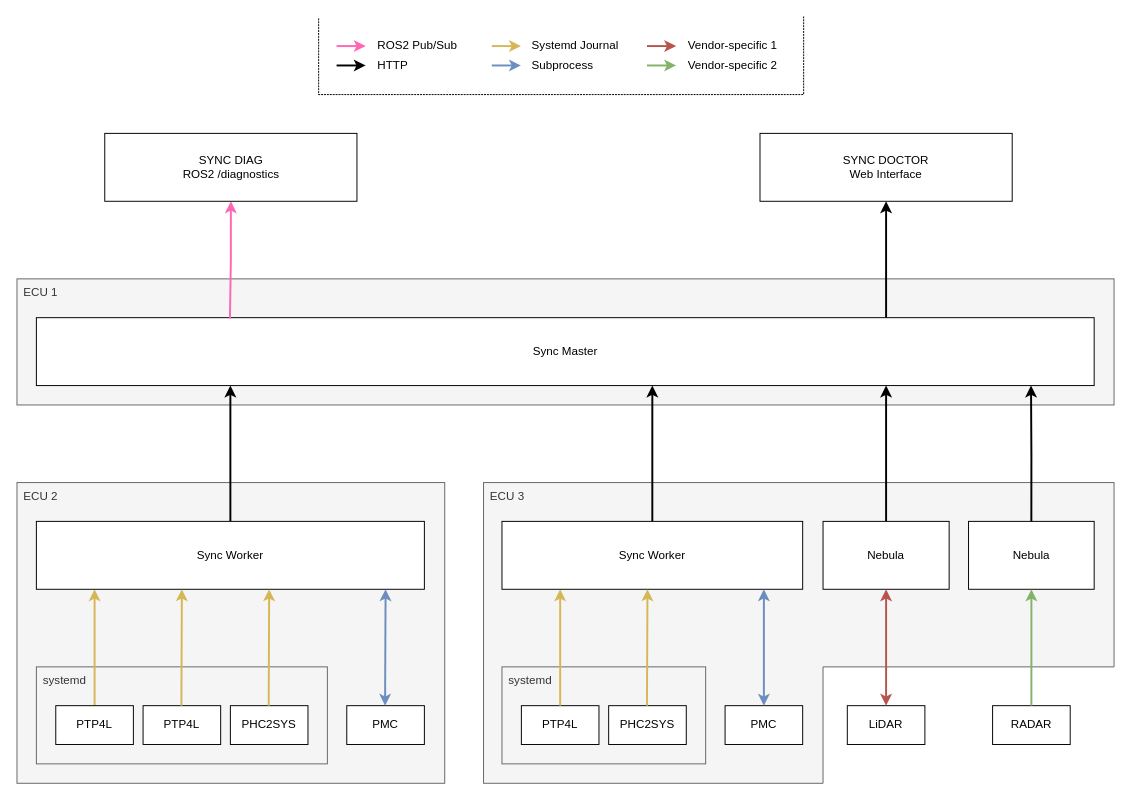
The draw.io diagram page "Diagnostics [Architecture]" (4 of 4) of docs/img/sync_tooling.drawio in tier4/sync_tooling, before the edit. Source tidied: cells renumbered, new cells numbered last; positions are measured from the earlier drawing's top-left corner, leaving out a move shared by most shapes. Both pictures are drawn from the tidied source at 97%, with x=0, y=0 at pixel (16, 16).
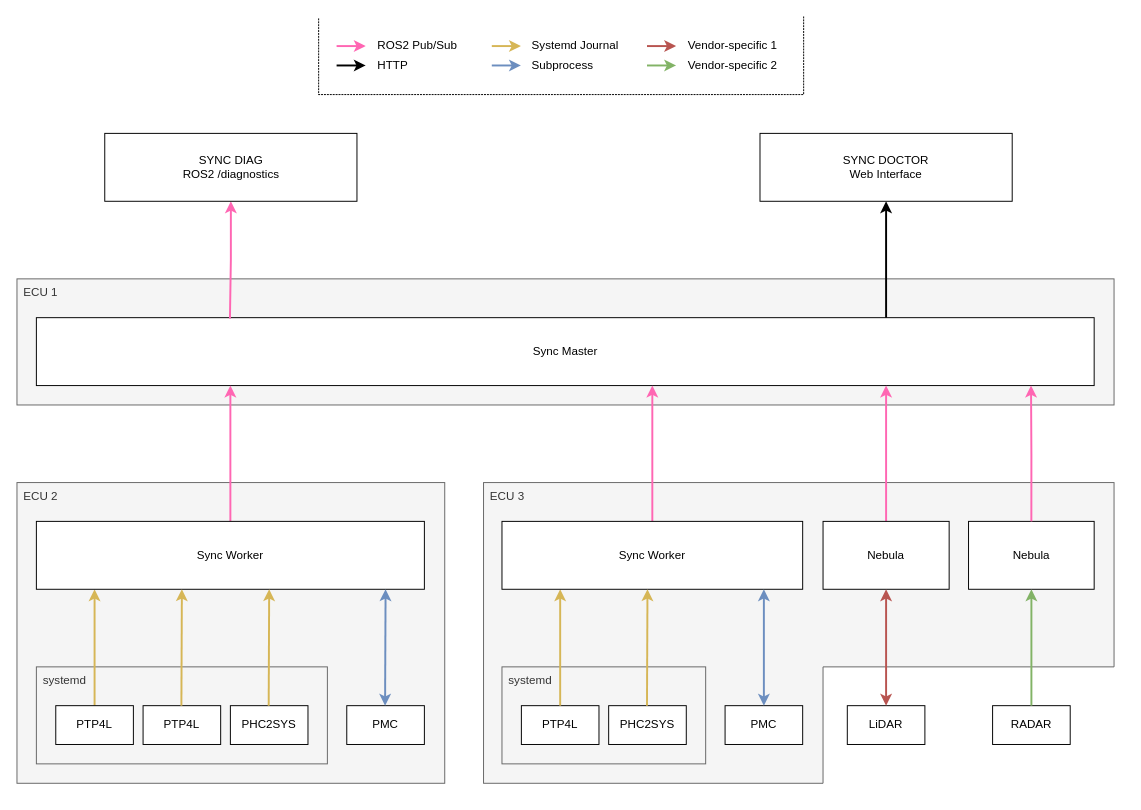
The same page after the edit.

Commit message:
docs: update transport from http to ros for internal comms

Unchanged cells that the change refers to:
```xml
<mxCell id="17" value="Sync Worker" style="rounded=0;whiteSpace=wrap;html=1;" parent="1" vertex="1">
  <mxGeometry x="20" y="520" width="400" height="70" as="geometry" />
</mxCell>
<mxCell id="23" value="Sync Worker" style="rounded=0;whiteSpace=wrap;html=1;" parent="1" vertex="1">
  <mxGeometry x="500" y="520" width="310" height="70" as="geometry" />
</mxCell>
<mxCell id="27" value="Nebula" style="rounded=0;whiteSpace=wrap;html=1;" parent="1" vertex="1">
  <mxGeometry x="831" y="520" width="130" height="70" as="geometry" />
</mxCell>
<mxCell id="30" value="Nebula" style="rounded=0;whiteSpace=wrap;html=1;" parent="1" vertex="1">
  <mxGeometry x="981" y="520" width="129.5" height="70" as="geometry" />
</mxCell>
```

Change to the diagram source:
```diff
@@
-    <mxCell id="16" style="edgeStyle=orthogonalEdgeStyle;rounded=0;jettySize=auto;html=1;exitX=0.5;exitY=0;exitDx=0;exitDy=0;strokeWidth=2;" parent="1" edge="1" source="17">
+    <mxCell id="16" style="edgeStyle=orthogonalEdgeStyle;rounded=0;jettySize=auto;html=1;exitX=0.5;exitY=0;exitDx=0;exitDy=0;strokeWidth=2;strokeColor=#FF66B3;" parent="1" edge="1" source="17">
       <mxGeometry relative="1" as="geometry">
         <mxPoint x="220" y="380" as="targetPoint" />
       </mxGeometry>
     </mxCell>
@@
-    <mxCell id="22" style="edgeStyle=orthogonalEdgeStyle;rounded=0;jettySize=auto;html=1;exitX=0.5;exitY=0;exitDx=0;exitDy=0;strokeWidth=2;" parent="1" edge="1" source="23">
+    <mxCell id="22" style="edgeStyle=orthogonalEdgeStyle;rounded=0;jettySize=auto;html=1;exitX=0.5;exitY=0;exitDx=0;exitDy=0;strokeWidth=2;strokeColor=#FF66B3;" parent="1" edge="1" source="23">
       <mxGeometry relative="1" as="geometry">
         <mxPoint x="655" y="380" as="targetPoint" />
       </mxGeometry>
     </mxCell>
@@
-    <mxCell id="26" style="edgeStyle=orthogonalEdgeStyle;rounded=0;jettySize=auto;html=1;exitX=0.5;exitY=0;exitDx=0;exitDy=0;strokeWidth=2;" parent="1" edge="1" source="27">
+    <mxCell id="26" style="edgeStyle=orthogonalEdgeStyle;rounded=0;jettySize=auto;html=1;exitX=0.5;exitY=0;exitDx=0;exitDy=0;strokeWidth=2;strokeColor=#FF66B3;" parent="1" edge="1" source="27">
       <mxGeometry relative="1" as="geometry">
         <mxPoint x="896" y="380" as="targetPoint" />
       </mxGeometry>
     </mxCell>
@@
-    <mxCell id="31" style="edgeStyle=orthogonalEdgeStyle;rounded=0;jettySize=auto;html=1;strokeWidth=2;exitX=0.5;exitY=0;exitDx=0;exitDy=0;" parent="1" edge="1" source="30">
+    <mxCell id="31" style="edgeStyle=orthogonalEdgeStyle;rounded=0;jettySize=auto;html=1;strokeWidth=2;exitX=0.5;exitY=0;exitDx=0;exitDy=0;strokeColor=#FF66B3;" parent="1" edge="1" source="30">
       <mxGeometry relative="1" as="geometry">
         <mxPoint x="1045.4" y="380" as="targetPoint" />
       </mxGeometry>
     </mxCell>
```
